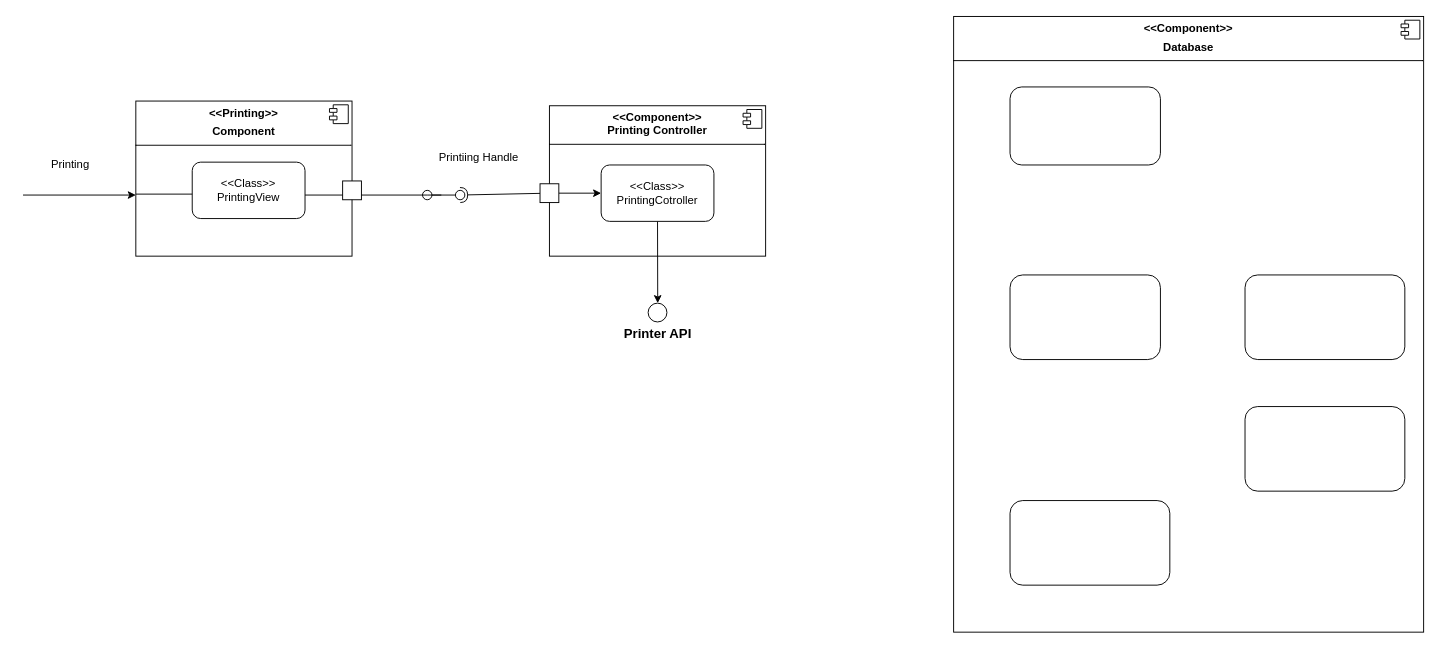
The draw.io diagram Untitled Diagram.drawio in QuangTrungK22/MCU_LAB3, before the edit. Source tidied: cells renumbered, new cells numbered last; positions are measured from the earlier drawing's top-left corner, leaving out a move shared by most shapes. Both pictures are drawn from the tidied source at 94%, with x=0, y=0 at pixel (23, 16).
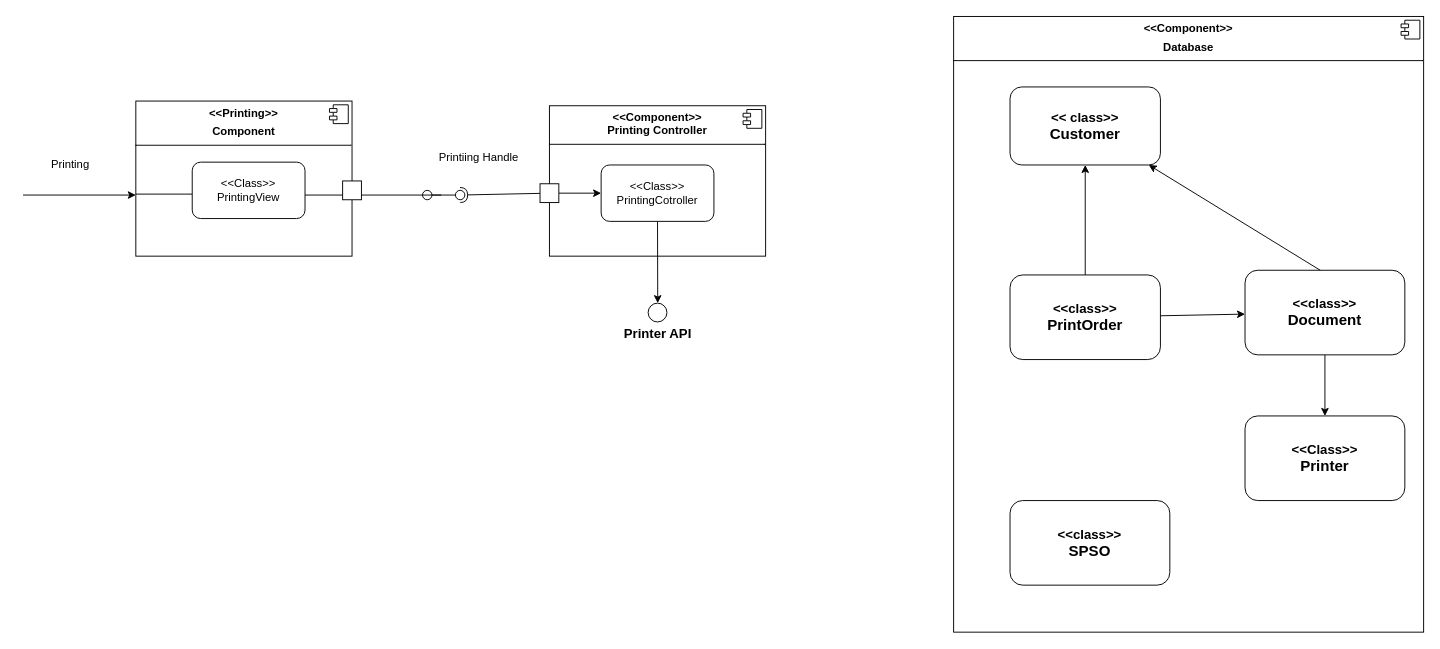
After the change.

Commit message:
CNPM-Diagram-3.2

What changed in the source:
```diff
@@
-    <mxCell id="27" style="rounded=1;whiteSpace=wrap;html=1;" parent="1" vertex="1">
+    <mxCell id="27" value="&lt;font style=&quot;font-size: 14px;&quot;&gt;&lt;b&gt;&amp;lt;&amp;lt; class&amp;gt;&amp;gt;&lt;/b&gt;&lt;/font&gt;&lt;div&gt;&lt;font size=&quot;3&quot;&gt;&lt;b&gt;Customer&lt;/b&gt;&lt;/font&gt;&lt;/div&gt;" style="rounded=1;whiteSpace=wrap;html=1;" parent="1" vertex="1">
       <mxGeometry x="1050" y="75" width="160" height="83" as="geometry" />
     </mxCell>
+    <mxCell id="32" style="edgeStyle=none;rounded=0;jettySize=auto;html=1;" parent="1" edge="1" source="28" target="29">
+      <mxGeometry relative="1" as="geometry" />
+    </mxCell>
+    <mxCell id="33" style="edgeStyle=none;rounded=0;jettySize=auto;html=1;" parent="1" edge="1" source="28" target="27">
+      <mxGeometry relative="1" as="geometry" />
+    </mxCell>
-    <mxCell id="28" style="rounded=1;whiteSpace=wrap;html=1;" parent="1" vertex="1">
+    <mxCell id="28" value="&lt;font style=&quot;font-size: 14px;&quot;&gt;&lt;b&gt;&amp;lt;&amp;lt;class&amp;gt;&amp;gt;&lt;/b&gt;&lt;/font&gt;&lt;div&gt;&lt;font size=&quot;3&quot;&gt;&lt;b&gt;PrintOrder&lt;/b&gt;&lt;/font&gt;&lt;/div&gt;" style="rounded=1;whiteSpace=wrap;html=1;" parent="1" vertex="1">
       <mxGeometry x="1050" y="275" width="160" height="90" as="geometry" />
     </mxCell>
+    <mxCell id="34" style="edgeStyle=none;rounded=0;jettySize=auto;html=1;" parent="1" edge="1" source="29" target="30">
+      <mxGeometry relative="1" as="geometry" />
+    </mxCell>
-    <mxCell id="29" style="rounded=1;whiteSpace=wrap;html=1;" parent="1" vertex="1">
-      <mxGeometry x="1300" y="275" width="170" height="90" as="geometry" />
+    <mxCell id="29" value="&lt;font style=&quot;font-size: 14px;&quot;&gt;&lt;b&gt;&amp;lt;&amp;lt;class&amp;gt;&amp;gt;&lt;/b&gt;&lt;/font&gt;&lt;div&gt;&lt;font size=&quot;3&quot; style=&quot;&quot;&gt;&lt;b style=&quot;&quot;&gt;Document&lt;/b&gt;&lt;/font&gt;&lt;/div&gt;" style="rounded=1;whiteSpace=wrap;html=1;" parent="1" vertex="1">
+      <mxGeometry x="1300" y="270" width="170" height="90" as="geometry" />
     </mxCell>
-    <mxCell id="30" style="rounded=1;whiteSpace=wrap;html=1;" parent="1" vertex="1">
-      <mxGeometry x="1300" y="415" width="170" height="90" as="geometry" />
+    <mxCell id="30" value="&lt;font style=&quot;font-size: 14px;&quot;&gt;&lt;b&gt;&amp;lt;&amp;lt;Class&amp;gt;&amp;gt;&lt;/b&gt;&lt;/font&gt;&lt;div&gt;&lt;font size=&quot;3&quot;&gt;&lt;b&gt;&amp;nbsp;Printer&amp;nbsp;&lt;/b&gt;&lt;/font&gt;&lt;/div&gt;" style="rounded=1;whiteSpace=wrap;html=1;" parent="1" vertex="1">
+      <mxGeometry x="1300" y="425" width="170" height="90" as="geometry" />
     </mxCell>
-    <mxCell id="31" style="rounded=1;whiteSpace=wrap;html=1;" parent="1" vertex="1">
+    <mxCell id="31" value="&lt;font style=&quot;font-size: 14px;&quot;&gt;&lt;b&gt;&amp;lt;&amp;lt;class&amp;gt;&amp;gt;&lt;/b&gt;&lt;/font&gt;&lt;div&gt;&lt;font size=&quot;3&quot;&gt;&lt;b&gt;SPSO&lt;/b&gt;&lt;/font&gt;&lt;/div&gt;" style="rounded=1;whiteSpace=wrap;html=1;" parent="1" vertex="1">
       <mxGeometry x="1050" y="515" width="170" height="90" as="geometry" />
     </mxCell>
+    <mxCell id="35" style="endArrow=classic;html=1;rounded=0;" parent="1" edge="1" target="27">
+      <mxGeometry relative="1" as="geometry">
+        <mxPoint x="1380" y="270" as="sourcePoint" />
+      </mxGeometry>
+    </mxCell>
```
